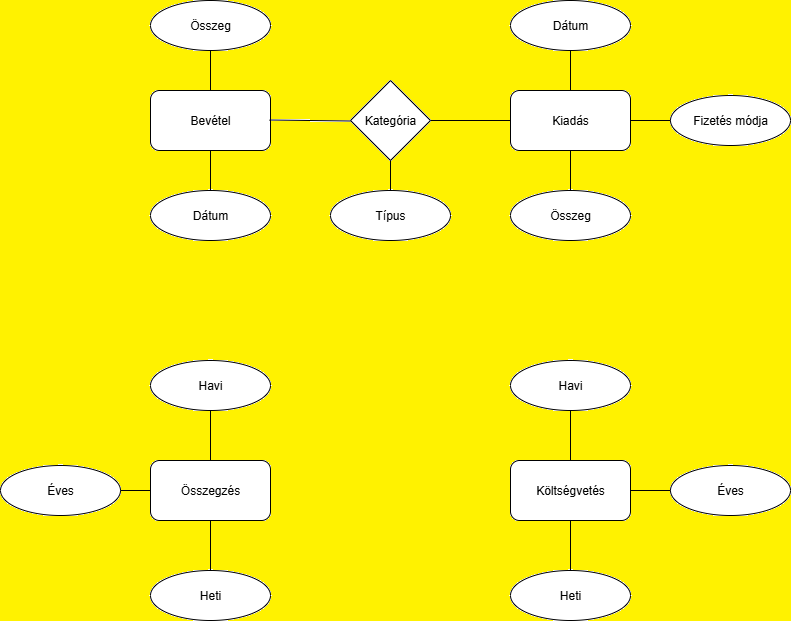
KovesBalazs07/projekt_2025_2026_elso_felev keeps this draw.io diagram as Pénzügyi nyilvántartó/projekt_ermodell.drawio.png. Above is the earlier version. Source tidied: cells renumbered, new cells last; positions are measured from the earlier drawing's top-left corner, leaving out a move shared by most shapes.
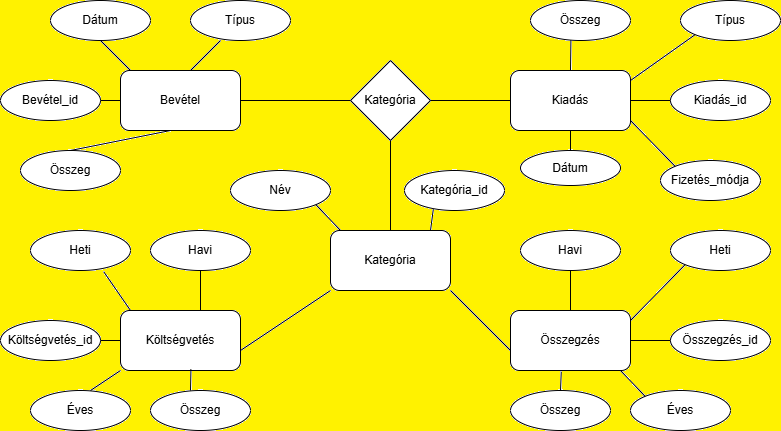
Later version of the same file.

The edit, as a diff of the source:
```diff
@@ -3,114 +3,210 @@
     <mxCell id="0" />
     <mxCell id="1" parent="0" />
     <mxCell id="2" value="Bevétel" style="rounded=1;whiteSpace=wrap;html=1;" parent="1" vertex="1">
-      <mxGeometry x="150" y="90" width="120" height="60" as="geometry" />
+      <mxGeometry x="120" y="90" width="120" height="60" as="geometry" />
     </mxCell>
+    <mxCell id="33" value="Típus" style="ellipse;whiteSpace=wrap;html=1;" parent="1" vertex="1">
+      <mxGeometry x="190" y="20" width="100" height="40" as="geometry" />
+    </mxCell>
+    <mxCell id="34" value="Összeg" style="ellipse;whiteSpace=wrap;html=1;" parent="1" vertex="1">
+      <mxGeometry x="20" y="170" width="100" height="40" as="geometry" />
+    </mxCell>
+    <mxCell id="35" value="Dátum" style="ellipse;whiteSpace=wrap;html=1;" parent="1" vertex="1">
+      <mxGeometry x="50" y="20" width="100" height="40" as="geometry" />
+    </mxCell>
+    <mxCell id="36" value="Bevétel_id" style="ellipse;whiteSpace=wrap;html=1;" parent="1" vertex="1">
+      <mxGeometry y="100" width="100" height="40" as="geometry" />
+    </mxCell>
+    <mxCell id="30" value="Kategória" style="rhombus;whiteSpace=wrap;html=1;" parent="1" vertex="1">
+      <mxGeometry x="350" y="80" width="80" height="80" as="geometry" />
+    </mxCell>
+    <mxCell id="37" style="endArrow=none;html=1;rounded=0;entryX=0.5;entryY=1;entryDx=0;entryDy=0;" parent="1" edge="1" target="35">
+      <mxGeometry relative="1" as="geometry">
+        <mxPoint x="130" y="90" as="sourcePoint" />
+      </mxGeometry>
+    </mxCell>
+    <mxCell id="38" style="endArrow=none;html=1;rounded=0;" parent="1" edge="1">
+      <mxGeometry relative="1" as="geometry">
+        <mxPoint x="190" y="90" as="sourcePoint" />
+        <mxPoint x="220" y="60" as="targetPoint" />
+      </mxGeometry>
+    </mxCell>
+    <mxCell id="39" style="endArrow=none;html=1;rounded=0;exitX=1;exitY=0.5;exitDx=0;exitDy=0;" parent="1" edge="1" source="36">
+      <mxGeometry relative="1" as="geometry">
+        <mxPoint x="120" y="120" as="targetPoint" />
+      </mxGeometry>
+    </mxCell>
+    <mxCell id="40" style="endArrow=none;html=1;rounded=0;exitX=0.5;exitY=0;exitDx=0;exitDy=0;" parent="1" edge="1" source="34">
+      <mxGeometry relative="1" as="geometry">
+        <mxPoint x="170" y="150" as="targetPoint" />
+      </mxGeometry>
+    </mxCell>
+    <mxCell id="41" style="endArrow=none;html=1;rounded=0;entryX=0;entryY=0.5;entryDx=0;entryDy=0;exitX=1;exitY=0.5;exitDx=0;exitDy=0;" parent="1" edge="1" source="2" target="30">
+      <mxGeometry relative="1" as="geometry" />
+    </mxCell>
     <mxCell id="3" value="Kiadás" style="rounded=1;whiteSpace=wrap;html=1;" parent="1" vertex="1">
       <mxGeometry x="510" y="90" width="120" height="60" as="geometry" />
     </mxCell>
+    <mxCell id="42" value="Összeg" style="ellipse;whiteSpace=wrap;html=1;" parent="1" vertex="1">
+      <mxGeometry x="530" y="20" width="100" height="40" as="geometry" />
+    </mxCell>
+    <mxCell id="43" value="Fizetés_módja" style="ellipse;whiteSpace=wrap;html=1;" parent="1" vertex="1">
+      <mxGeometry x="660" y="180" width="100" height="40" as="geometry" />
+    </mxCell>
+    <mxCell id="44" value="Típus" style="ellipse;whiteSpace=wrap;html=1;" parent="1" vertex="1">
+      <mxGeometry x="680" y="20" width="100" height="40" as="geometry" />
+    </mxCell>
+    <mxCell id="45" value="Kiadás_id" style="ellipse;whiteSpace=wrap;html=1;" parent="1" vertex="1">
+      <mxGeometry x="670" y="100" width="100" height="40" as="geometry" />
+    </mxCell>
+    <mxCell id="46" value="Dátum" style="ellipse;whiteSpace=wrap;html=1;" parent="1" vertex="1">
+      <mxGeometry x="520" y="170" width="100" height="35" as="geometry" />
+    </mxCell>
+    <mxCell id="47" style="endArrow=none;html=1;rounded=0;entryX=0;entryY=0.5;entryDx=0;entryDy=0;" parent="1" edge="1" target="3">
+      <mxGeometry relative="1" as="geometry">
+        <mxPoint x="430" y="120" as="sourcePoint" />
+      </mxGeometry>
+    </mxCell>
+    <mxCell id="48" style="endArrow=none;html=1;rounded=0;entryX=0;entryY=1;entryDx=0;entryDy=0;" parent="1" edge="1" target="44">
+      <mxGeometry relative="1" as="geometry">
+        <mxPoint x="630" y="100" as="sourcePoint" />
+      </mxGeometry>
+    </mxCell>
+    <mxCell id="49" style="endArrow=none;html=1;rounded=0;entryX=0.404;entryY=1;entryDx=0;entryDy=0;entryPerimeter=0;exitX=0.5;exitY=0;exitDx=0;exitDy=0;" parent="1" edge="1" source="3" target="42">
+      <mxGeometry relative="1" as="geometry" />
+    </mxCell>
+    <mxCell id="50" style="endArrow=none;html=1;rounded=0;entryX=0;entryY=0.5;entryDx=0;entryDy=0;" parent="1" edge="1" target="45">
+      <mxGeometry relative="1" as="geometry">
+        <mxPoint x="630" y="120" as="sourcePoint" />
+      </mxGeometry>
+    </mxCell>
+    <mxCell id="51" style="endArrow=none;html=1;rounded=0;exitX=0;exitY=0;exitDx=0;exitDy=0;" parent="1" edge="1" source="43">
+      <mxGeometry relative="1" as="geometry">
+        <mxPoint x="630" y="140" as="targetPoint" />
+      </mxGeometry>
+    </mxCell>
+    <mxCell id="52" style="endArrow=none;html=1;rounded=0;exitX=0.5;exitY=0;exitDx=0;exitDy=0;" parent="1" edge="1" source="46">
+      <mxGeometry relative="1" as="geometry">
+        <mxPoint x="570" y="150" as="targetPoint" />
+      </mxGeometry>
+    </mxCell>
     <mxCell id="4" value="Összegzés" style="rounded=1;whiteSpace=wrap;html=1;" parent="1" vertex="1">
-      <mxGeometry x="150" y="460" width="120" height="60" as="geometry" />
+      <mxGeometry x="510" y="330" width="120" height="60" as="geometry" />
     </mxCell>
     <mxCell id="5" value="Költségvetés" style="rounded=1;whiteSpace=wrap;html=1;" parent="1" vertex="1">
-      <mxGeometry x="510" y="460" width="120" height="60" as="geometry" />
+      <mxGeometry x="120" y="330" width="120" height="60" as="geometry" />
     </mxCell>
-    <mxCell id="6" value="Dátum" style="ellipse;whiteSpace=wrap;html=1;" parent="1" vertex="1">
-      <mxGeometry x="150" y="190" width="120" height="50" as="geometry" />
-    </mxCell>
-    <mxCell id="7" value="Összeg" style="ellipse;whiteSpace=wrap;html=1;" parent="1" vertex="1">
-      <mxGeometry x="150" width="120" height="50" as="geometry" />
-    </mxCell>
-    <mxCell id="8" style="endArrow=none;html=1;rounded=0;entryX=0.5;entryY=1;entryDx=0;entryDy=0;exitX=0.5;exitY=0;exitDx=0;exitDy=0;" parent="1" edge="1" source="2" target="7">
-      <mxGeometry relative="1" as="geometry" />
-    </mxCell>
-    <mxCell id="9" style="endArrow=none;html=1;rounded=0;entryX=0.5;entryY=1;entryDx=0;entryDy=0;" parent="1" edge="1" target="2">
-      <mxGeometry relative="1" as="geometry">
-        <mxPoint x="210" y="190" as="sourcePoint" />
-      </mxGeometry>
-    </mxCell>
-    <mxCell id="10" value="Fizetés módja" style="ellipse;whiteSpace=wrap;html=1;" parent="1" vertex="1">
-      <mxGeometry x="670" y="95" width="120" height="50" as="geometry" />
-    </mxCell>
-    <mxCell id="11" value="Dátum" style="ellipse;whiteSpace=wrap;html=1;" parent="1" vertex="1">
-      <mxGeometry x="510" width="120" height="50" as="geometry" />
-    </mxCell>
-    <mxCell id="12" value="Összeg" style="ellipse;whiteSpace=wrap;html=1;" parent="1" vertex="1">
-      <mxGeometry x="510" y="190" width="120" height="50" as="geometry" />
-    </mxCell>
-    <mxCell id="13" style="endArrow=none;html=1;rounded=0;entryX=0.5;entryY=1;entryDx=0;entryDy=0;exitX=0.5;exitY=0;exitDx=0;exitDy=0;" parent="1" edge="1" source="3" target="11">
-      <mxGeometry relative="1" as="geometry" />
-    </mxCell>
-    <mxCell id="14" style="endArrow=none;html=1;rounded=0;entryX=0.5;entryY=1;entryDx=0;entryDy=0;exitX=0.5;exitY=0;exitDx=0;exitDy=0;" parent="1" edge="1" source="12" target="3">
-      <mxGeometry relative="1" as="geometry" />
-    </mxCell>
-    <mxCell id="15" style="endArrow=none;html=1;rounded=0;entryX=0;entryY=0.5;entryDx=0;entryDy=0;" parent="1" edge="1" target="10">
-      <mxGeometry relative="1" as="geometry">
-        <mxPoint x="630" y="120" as="sourcePoint" />
-      </mxGeometry>
-    </mxCell>
-    <mxCell id="16" value="Éves" style="ellipse;whiteSpace=wrap;html=1;" parent="1" vertex="1">
-      <mxGeometry x="670" y="465" width="120" height="50" as="geometry" />
-    </mxCell>
-    <mxCell id="17" value="Heti" style="ellipse;whiteSpace=wrap;html=1;" parent="1" vertex="1">
-      <mxGeometry x="510" y="570" width="120" height="50" as="geometry" />
-    </mxCell>
-    <mxCell id="18" value="Havi" style="ellipse;whiteSpace=wrap;html=1;" parent="1" vertex="1">
-      <mxGeometry x="510" y="360" width="120" height="50" as="geometry" />
-    </mxCell>
-    <mxCell id="19" value="Éves" style="ellipse;whiteSpace=wrap;html=1;" parent="1" vertex="1">
-      <mxGeometry y="465" width="120" height="50" as="geometry" />
-    </mxCell>
-    <mxCell id="20" value="Heti" style="ellipse;whiteSpace=wrap;html=1;" parent="1" vertex="1">
-      <mxGeometry x="150" y="570" width="120" height="50" as="geometry" />
-    </mxCell>
-    <mxCell id="21" value="Havi" style="ellipse;whiteSpace=wrap;html=1;" parent="1" vertex="1">
-      <mxGeometry x="150" y="360" width="120" height="50" as="geometry" />
-    </mxCell>
-    <mxCell id="22" style="endArrow=none;html=1;rounded=0;exitX=0.992;exitY=0.65;exitDx=0;exitDy=0;exitPerimeter=0;" parent="1" edge="1">
-      <mxGeometry relative="1" as="geometry">
-        <mxPoint x="269" y="119.5" as="sourcePoint" />
-        <mxPoint x="350" y="120.5" as="targetPoint" />
-      </mxGeometry>
-    </mxCell>
-    <mxCell id="23" style="endArrow=none;html=1;rounded=0;entryX=0;entryY=0.5;entryDx=0;entryDy=0;exitX=1;exitY=0.5;exitDx=0;exitDy=0;" parent="1" edge="1" source="30" target="3">
-      <mxGeometry relative="1" as="geometry" />
-    </mxCell>
-    <mxCell id="24" style="endArrow=none;html=1;rounded=0;entryX=0;entryY=0.5;entryDx=0;entryDy=0;" parent="1" edge="1" target="16">
-      <mxGeometry relative="1" as="geometry">
-        <mxPoint x="630" y="490" as="sourcePoint" />
-      </mxGeometry>
-    </mxCell>
-    <mxCell id="25" style="endArrow=none;html=1;rounded=0;entryX=0.5;entryY=1;entryDx=0;entryDy=0;" parent="1" edge="1" target="5">
-      <mxGeometry relative="1" as="geometry">
-        <mxPoint x="570" y="570" as="sourcePoint" />
-      </mxGeometry>
-    </mxCell>
-    <mxCell id="26" style="endArrow=none;html=1;rounded=0;entryX=0.5;entryY=1;entryDx=0;entryDy=0;" parent="1" edge="1" target="18">
-      <mxGeometry relative="1" as="geometry">
-        <mxPoint x="570" y="460" as="sourcePoint" />
-      </mxGeometry>
-    </mxCell>
-    <mxCell id="27" style="endArrow=none;html=1;rounded=0;entryX=0;entryY=0.5;entryDx=0;entryDy=0;" parent="1" edge="1" target="4">
-      <mxGeometry relative="1" as="geometry">
-        <mxPoint x="120" y="490" as="sourcePoint" />
-      </mxGeometry>
-    </mxCell>
-    <mxCell id="28" style="endArrow=none;html=1;rounded=0;entryX=0.5;entryY=1;entryDx=0;entryDy=0;exitX=0.5;exitY=0;exitDx=0;exitDy=0;" parent="1" edge="1" source="20" target="4">
-      <mxGeometry relative="1" as="geometry" />
-    </mxCell>
-    <mxCell id="29" style="endArrow=none;html=1;rounded=0;entryX=0.5;entryY=1;entryDx=0;entryDy=0;exitX=0.5;exitY=0;exitDx=0;exitDy=0;exitPerimeter=0;" parent="1" edge="1" source="4" target="21">
-      <mxGeometry relative="1" as="geometry" />
-    </mxCell>
-    <mxCell id="30" value="Kategória" style="rhombus;whiteSpace=wrap;html=1;" parent="1" vertex="1">
-      <mxGeometry x="350" y="80" width="80" height="80" as="geometry" />
-    </mxCell>
-    <mxCell id="31" value="Típus" style="ellipse;whiteSpace=wrap;html=1;" parent="1" vertex="1">
-      <mxGeometry x="330" y="190" width="120" height="50" as="geometry" />
-    </mxCell>
-    <mxCell id="32" style="endArrow=none;html=1;rounded=0;entryX=0.5;entryY=1;entryDx=0;entryDy=0;" parent="1" edge="1" target="30">
-      <mxGeometry relative="1" as="geometry">
-        <mxPoint x="390" y="190" as="sourcePoint" />
-      </mxGeometry>
-    </mxCell>
+    <mxCell id="53" value="Összeg" style="ellipse;whiteSpace=wrap;html=1;" parent="1" vertex="1">
+      <mxGeometry x="150" y="410" width="100" height="40" as="geometry" />
+    </mxCell>
+    <mxCell id="54" value="Éves" style="ellipse;whiteSpace=wrap;html=1;" parent="1" vertex="1">
+      <mxGeometry x="30" y="410" width="100" height="40" as="geometry" />
+    </mxCell>
+    <mxCell id="55" value="Havi" style="ellipse;whiteSpace=wrap;html=1;" parent="1" vertex="1">
+      <mxGeometry x="150" y="250" width="100" height="40" as="geometry" />
+    </mxCell>
+    <mxCell id="56" value="Heti" style="ellipse;whiteSpace=wrap;html=1;" parent="1" vertex="1">
+      <mxGeometry x="30" y="250" width="100" height="40" as="geometry" />
+    </mxCell>
+    <mxCell id="57" value="Költségvetés_id" style="ellipse;whiteSpace=wrap;html=1;" parent="1" vertex="1">
+      <mxGeometry y="340" width="100" height="40" as="geometry" />
+    </mxCell>
+    <mxCell id="58" style="endArrow=none;html=1;rounded=0;entryX=0;entryY=1;entryDx=0;entryDy=0;" parent="1" edge="1" target="5">
+      <mxGeometry relative="1" as="geometry">
+        <mxPoint x="90" y="410" as="sourcePoint" />
+      </mxGeometry>
+    </mxCell>
+    <mxCell id="59" style="endArrow=none;html=1;rounded=0;entryX=1;entryY=0.5;entryDx=0;entryDy=0;" parent="1" edge="1" target="57">
+      <mxGeometry relative="1" as="geometry">
+        <mxPoint x="120" y="360" as="sourcePoint" />
+      </mxGeometry>
+    </mxCell>
+    <mxCell id="60" style="endArrow=none;html=1;rounded=0;entryX=0.587;entryY=0.98;entryDx=0;entryDy=0;entryPerimeter=0;" parent="1" edge="1" target="5">
+      <mxGeometry relative="1" as="geometry">
+        <mxPoint x="190" y="410" as="sourcePoint" />
+      </mxGeometry>
+    </mxCell>
+    <mxCell id="61" style="endArrow=none;html=1;rounded=0;entryX=0.732;entryY=1.03;entryDx=0;entryDy=0;entryPerimeter=0;" parent="1" edge="1" target="56">
+      <mxGeometry relative="1" as="geometry">
+        <mxPoint x="130" y="330" as="sourcePoint" />
+      </mxGeometry>
+    </mxCell>
+    <mxCell id="62" style="endArrow=none;html=1;rounded=0;entryX=0.5;entryY=1;entryDx=0;entryDy=0;" parent="1" edge="1" target="55">
+      <mxGeometry relative="1" as="geometry">
+        <mxPoint x="200" y="330" as="sourcePoint" />
+      </mxGeometry>
+    </mxCell>
+    <mxCell id="63" value="Összeg" style="ellipse;whiteSpace=wrap;html=1;" parent="1" vertex="1">
+      <mxGeometry x="510" y="410" width="100" height="40" as="geometry" />
+    </mxCell>
+    <mxCell id="64" value="Éves" style="ellipse;whiteSpace=wrap;html=1;" parent="1" vertex="1">
+      <mxGeometry x="630" y="410" width="100" height="40" as="geometry" />
+    </mxCell>
+    <mxCell id="65" value="Heti" style="ellipse;whiteSpace=wrap;html=1;" parent="1" vertex="1">
+      <mxGeometry x="670" y="250" width="100" height="40" as="geometry" />
+    </mxCell>
+    <mxCell id="66" value="Havi" style="ellipse;whiteSpace=wrap;html=1;" parent="1" vertex="1">
+      <mxGeometry x="520" y="250" width="100" height="40" as="geometry" />
+    </mxCell>
+    <mxCell id="67" value="Összegzés_id" style="ellipse;whiteSpace=wrap;html=1;" parent="1" vertex="1">
+      <mxGeometry x="670" y="340" width="100" height="40" as="geometry" />
+    </mxCell>
+    <mxCell id="68" style="endArrow=none;html=1;rounded=0;entryX=0;entryY=0;entryDx=0;entryDy=0;" parent="1" edge="1" target="64">
+      <mxGeometry relative="1" as="geometry">
+        <mxPoint x="620" y="390" as="sourcePoint" />
+      </mxGeometry>
+    </mxCell>
+    <mxCell id="69" style="endArrow=none;html=1;rounded=0;entryX=0.423;entryY=1.02;entryDx=0;entryDy=0;entryPerimeter=0;" parent="1" edge="1" target="4">
+      <mxGeometry relative="1" as="geometry">
+        <mxPoint x="560" y="410" as="sourcePoint" />
+      </mxGeometry>
+    </mxCell>
+    <mxCell id="70" style="endArrow=none;html=1;rounded=0;" parent="1" edge="1" target="67">
+      <mxGeometry relative="1" as="geometry">
+        <mxPoint x="630" y="360" as="sourcePoint" />
+      </mxGeometry>
+    </mxCell>
+    <mxCell id="71" style="endArrow=none;html=1;rounded=0;entryX=0;entryY=1;entryDx=0;entryDy=0;" parent="1" edge="1" target="65">
+      <mxGeometry relative="1" as="geometry">
+        <mxPoint x="630" y="340" as="sourcePoint" />
+      </mxGeometry>
+    </mxCell>
+    <mxCell id="72" style="endArrow=none;html=1;rounded=0;entryX=0.5;entryY=1;entryDx=0;entryDy=0;exitX=0.5;exitY=0;exitDx=0;exitDy=0;" parent="1" edge="1" source="4" target="66">
+      <mxGeometry relative="1" as="geometry" />
+    </mxCell>
+    <mxCell id="73" value="Kategória" style="rounded=1;whiteSpace=wrap;html=1;" parent="1" vertex="1">
+      <mxGeometry x="330" y="250" width="120" height="60" as="geometry" />
+    </mxCell>
+    <mxCell id="74" value="Név" style="ellipse;whiteSpace=wrap;html=1;" parent="1" vertex="1">
+      <mxGeometry x="230" y="190" width="100" height="40" as="geometry" />
+    </mxCell>
+    <mxCell id="75" value="Kategória_id" style="ellipse;whiteSpace=wrap;html=1;" parent="1" vertex="1">
+      <mxGeometry x="404" y="190" width="100" height="40" as="geometry" />
+    </mxCell>
+    <mxCell id="76" style="endArrow=none;html=1;rounded=0;entryX=0.288;entryY=0.97;entryDx=0;entryDy=0;entryPerimeter=0;" parent="1" edge="1" target="75">
+      <mxGeometry relative="1" as="geometry">
+        <mxPoint x="430" y="250" as="sourcePoint" />
+      </mxGeometry>
+    </mxCell>
+    <mxCell id="77" style="endArrow=none;html=1;rounded=0;entryX=1;entryY=1;entryDx=0;entryDy=0;" parent="1" edge="1" target="74">
+      <mxGeometry relative="1" as="geometry">
+        <mxPoint x="340" y="250" as="sourcePoint" />
+      </mxGeometry>
+    </mxCell>
+    <mxCell id="78" style="endArrow=none;html=1;rounded=0;entryX=0.5;entryY=1;entryDx=0;entryDy=0;" parent="1" edge="1" target="30">
+      <mxGeometry relative="1" as="geometry">
+        <mxPoint x="390" y="250" as="sourcePoint" />
+      </mxGeometry>
+    </mxCell>
+    <mxCell id="79" style="endArrow=none;html=1;rounded=0;entryX=1;entryY=1;entryDx=0;entryDy=0;" parent="1" edge="1" target="73">
+      <mxGeometry relative="1" as="geometry">
+        <mxPoint x="510" y="370" as="sourcePoint" />
+      </mxGeometry>
+    </mxCell>
+    <mxCell id="80" style="endArrow=none;html=1;rounded=0;entryX=0;entryY=1;entryDx=0;entryDy=0;" parent="1" edge="1" target="73">
+      <mxGeometry relative="1" as="geometry">
+        <mxPoint x="240" y="370" as="sourcePoint" />
+      </mxGeometry>
+    </mxCell>
   </root>
 </mxGraphModel>
```
